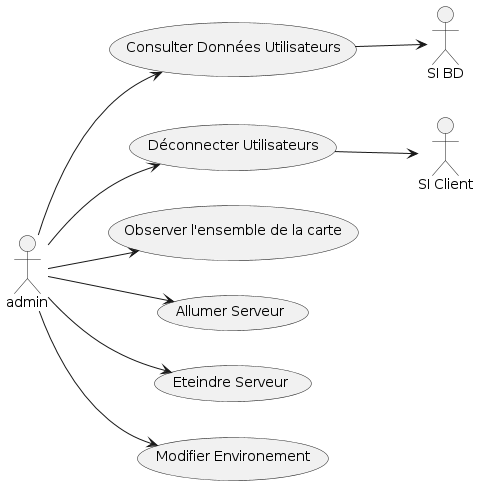
Earlier version of the PlantUML export Diagrammes/Admin/Diag_UC_Admin.png (projetrover/projet).
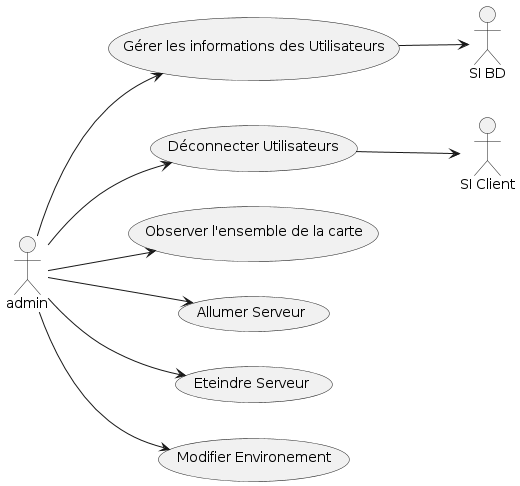
The same diagram one commit later.

Change to the diagram source:
```diff
@@ -5,7 +5,7 @@
 actor "SI BD" as b
 actor "SI Client" as c
 
-usecase "Consulter Données Utilisateurs" as UC0
+usecase "Gérer les informations des Utilisateurs" as UC0
 usecase "Déconnecter Utilisateurs" as UC1
 usecase "Observer l'ensemble de la carte" as UC2
 usecase "Allumer Serveur" as UC3
```
